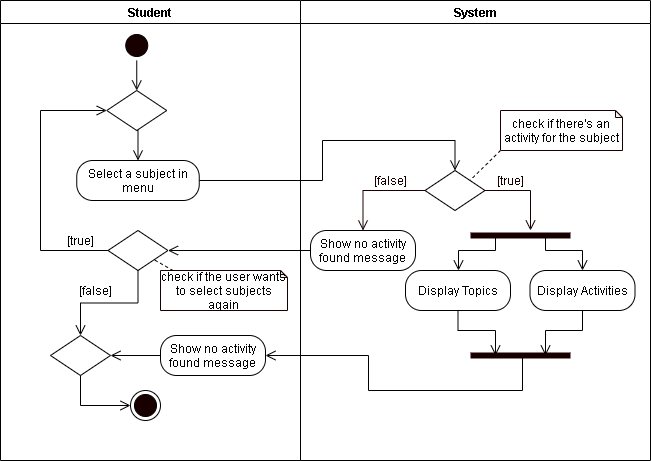
This is REVISIONS/UML-DIAGRAMS/6-28-2021/ACTIVITY DIAGRAM/25-Open Subjects.png from mrklglsn/CAPSTONE-FILES, a draw.io export, as it was before one commit. Source tidied: cells renumbered, new cells last; positions are measured from the earlier drawing's top-left corner, leaving out a move shared by most shapes.
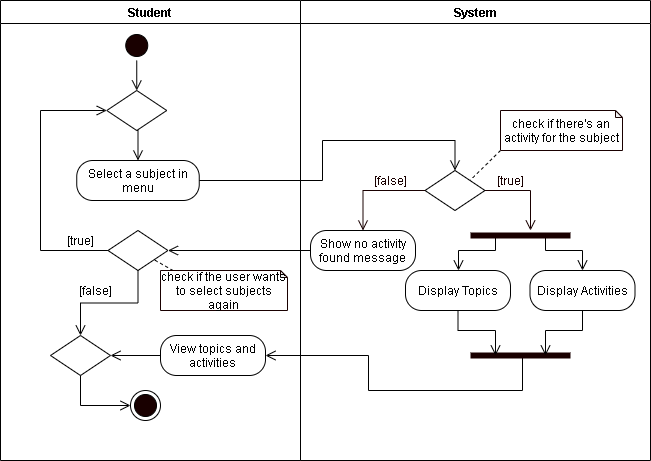
Above is the later version.

Diff of the diagram source:
```diff
@@ -45,7 +45,7 @@
     <mxCell id="13" style="edgeStyle=orthogonalEdgeStyle;rounded=0;jettySize=auto;html=1;exitX=0;exitY=0.5;exitDx=0;exitDy=0;entryX=1;entryY=0.5;entryDx=0;entryDy=0;endArrow=open;endFill=0;endSize=8;" parent="2" edge="1" source="14" target="15">
       <mxGeometry relative="1" as="geometry" />
     </mxCell>
-    <mxCell id="14" value="Show no activity found message" style="rounded=1;whiteSpace=wrap;html=1;arcSize=40;" parent="2" vertex="1">
+    <mxCell id="14" value="View topics and activities" style="rounded=1;whiteSpace=wrap;html=1;arcSize=40;" parent="2" vertex="1">
       <mxGeometry x="160" y="335" width="105" height="40" as="geometry" />
     </mxCell>
     <mxCell id="15" style="rhombus;whiteSpace=wrap;html=1;" parent="2" vertex="1">
```
